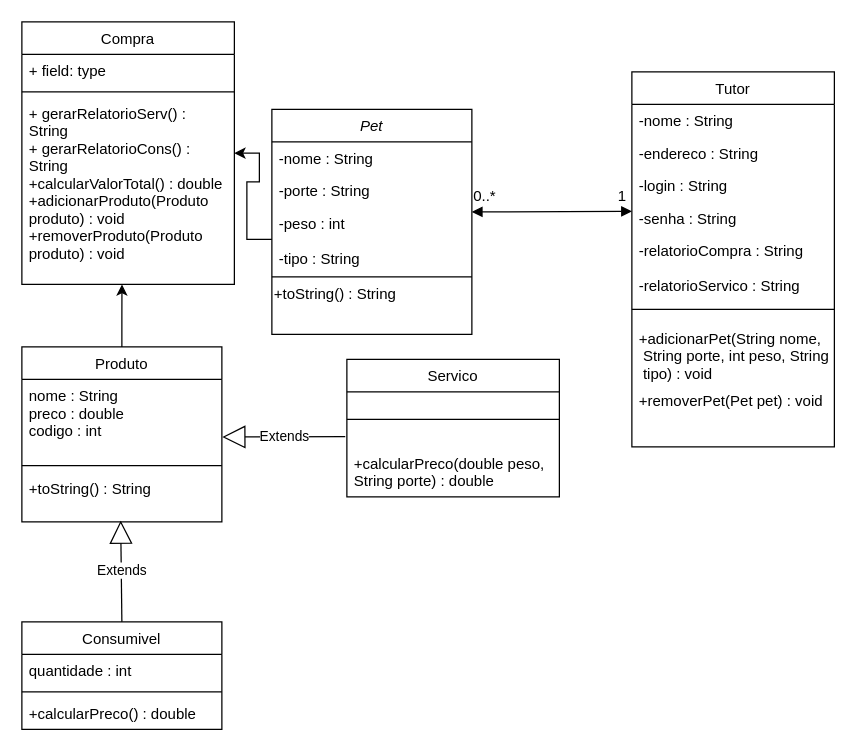
Before: Untitled Diagram.drawio in pedrocmr/PetStop, a draw.io diagram. Source tidied: cells renumbered, new cells numbered last; positions are measured from the earlier drawing's top-left corner, leaving out a move shared by most shapes. Both pictures are drawn from the tidied source at 125%, with x=0, y=0 at pixel (21, 21).
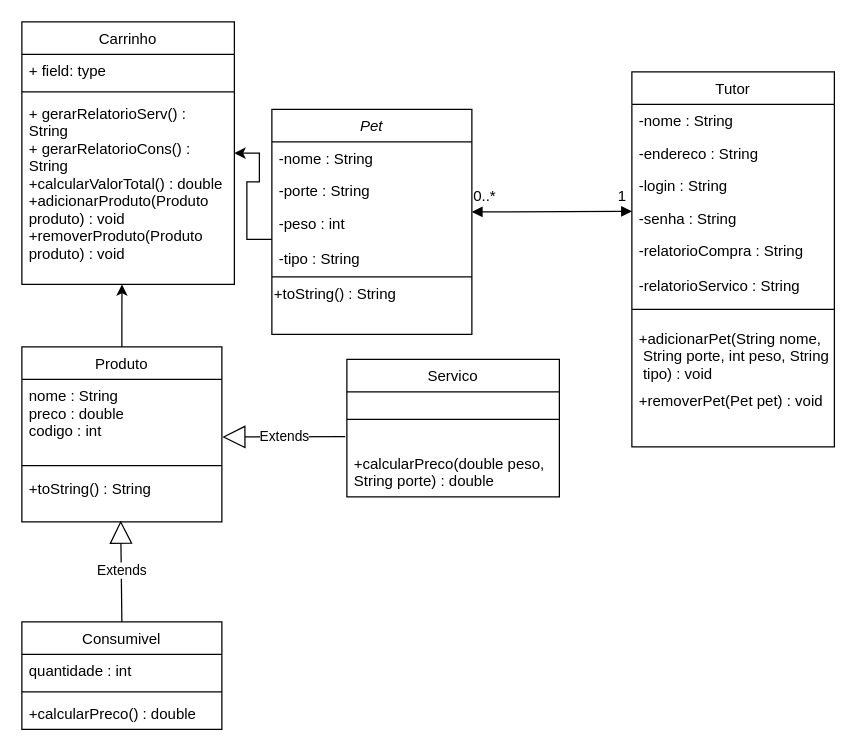
The same page after the edit.

Commit message:
UML PetStop 1.0.2

Change to the diagram source:
```diff
@@
-    <mxCell id="18" value="Compra" style="swimlane;fontStyle=0;align=center;verticalAlign=top;horizontal=1;startSize=26;" parent="1" vertex="1">
+    <mxCell id="18" value="Carrinho" style="swimlane;fontStyle=0;align=center;verticalAlign=top;horizontal=1;startSize=26;" parent="1" vertex="1">
       <mxGeometry width="170" height="210" as="geometry" />
     </mxCell>
```
